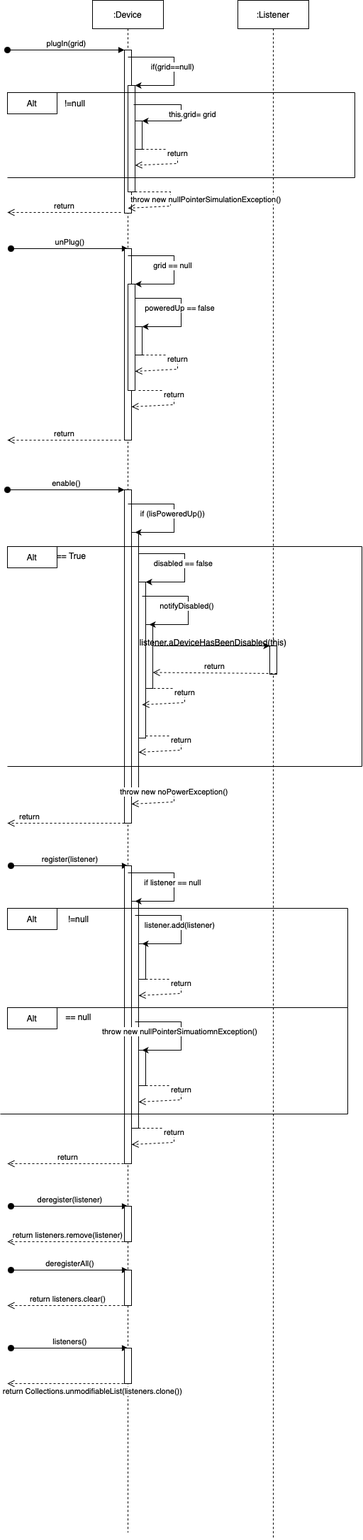
Earlier version of the draw.io export visuals/Sequence_Structure_Diagram_V1_6.png (marinara782/SuperMarket-Project-2). Source tidied: cells renumbered, new cells last; positions are measured from the earlier drawing's top-left corner, leaving out a move shared by most shapes.
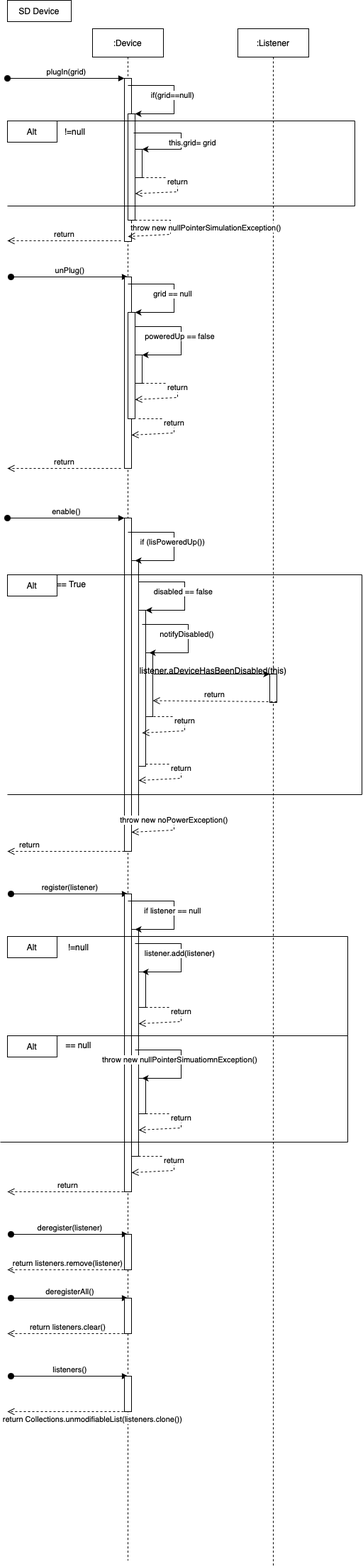
Later version of the same file.

What changed in the source:
```diff
@@ -479,5 +479,8 @@
         <mxPoint x="10" y="1950" as="targetPoint" />
       </mxGeometry>
     </mxCell>
+    <mxCell id="88" value="SD Device" style="rounded=0;whiteSpace=wrap;html=1;" parent="1" vertex="1">
+      <mxGeometry x="10" y="-40" width="90" height="30" as="geometry" />
+    </mxCell>
   </root>
 </mxGraphModel>
```
